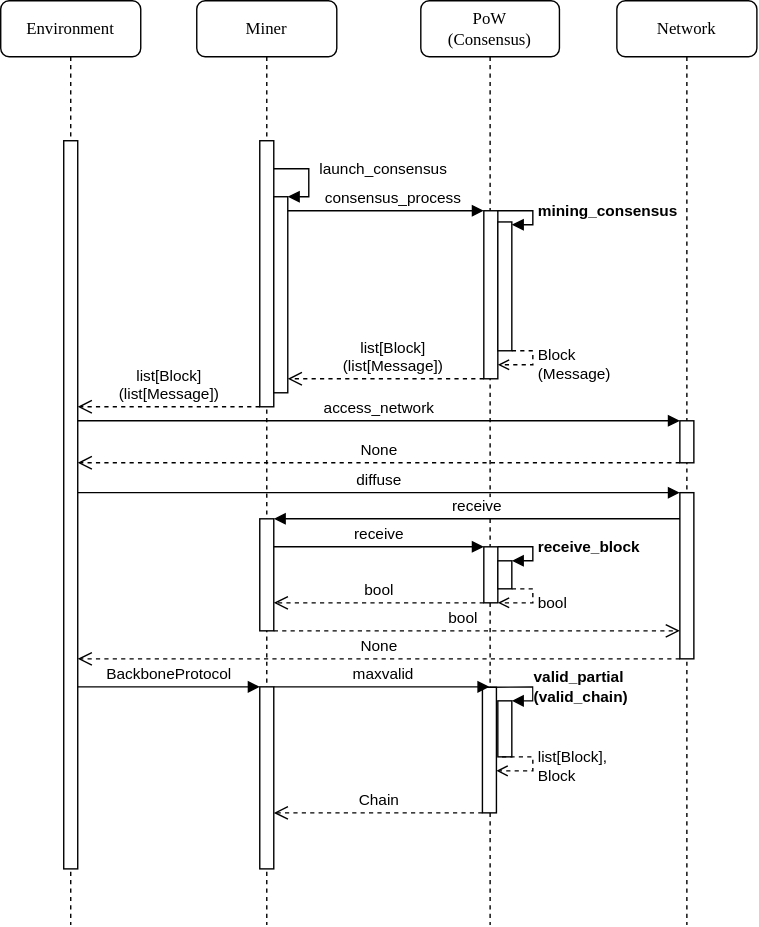
Above: doc/message-lifecycle.svg in ChainXim-Team/ChainXim (draw.io), before the change. Source tidied: cells renumbered, new cells last; positions are measured from the earlier drawing's top-left corner, leaving out a move shared by most shapes.
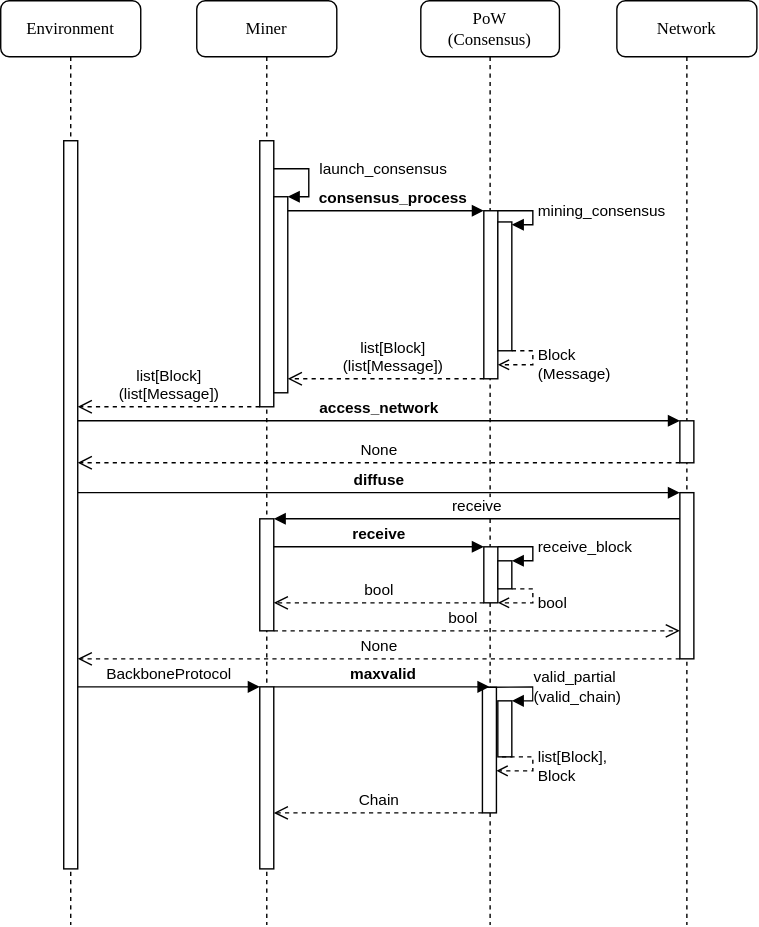
The same file after the commit.

The edit, as a diff of the source:
```diff
@@ -35,7 +35,7 @@
     <mxCell id="10" style="html=1;points=[];perimeter=orthogonalPerimeter;outlineConnect=0;targetShapes=umlLifeline;portConstraint=eastwest;newEdgeStyle={&quot;edgeStyle&quot;:&quot;elbowEdgeStyle&quot;,&quot;elbow&quot;:&quot;vertical&quot;,&quot;curved&quot;:0,&quot;rounded&quot;:0};" parent="8" vertex="1">
       <mxGeometry x="55" y="158" width="10" height="92" as="geometry" />
     </mxCell>
-    <mxCell id="11" value="&lt;b&gt;mining_consensus&lt;/b&gt;" style="html=1;align=left;spacingLeft=2;endArrow=block;rounded=0;edgeStyle=orthogonalEdgeStyle;curved=0;rounded=0;" parent="8" edge="1" source="9" target="10">
+    <mxCell id="11" value="mining_consensus" style="html=1;align=left;spacingLeft=2;endArrow=block;rounded=0;edgeStyle=orthogonalEdgeStyle;curved=0;rounded=0;" parent="8" edge="1" source="9" target="10">
       <mxGeometry relative="1" as="geometry">
         <Array as="points">
           <mxPoint x="80" y="150" />
@@ -58,7 +58,7 @@
     <mxCell id="14" style="html=1;points=[];perimeter=orthogonalPerimeter;outlineConnect=0;targetShapes=umlLifeline;portConstraint=eastwest;newEdgeStyle={&quot;edgeStyle&quot;:&quot;elbowEdgeStyle&quot;,&quot;elbow&quot;:&quot;vertical&quot;,&quot;curved&quot;:0,&quot;rounded&quot;:0};" parent="8" vertex="1">
       <mxGeometry x="55" y="400" width="10" height="20" as="geometry" />
     </mxCell>
-    <mxCell id="15" value="&lt;b&gt;receive_block&lt;/b&gt;" style="html=1;align=left;spacingLeft=2;endArrow=block;rounded=0;edgeStyle=orthogonalEdgeStyle;curved=0;rounded=0;" parent="8" edge="1" source="13" target="14">
+    <mxCell id="15" value="receive_block" style="html=1;align=left;spacingLeft=2;endArrow=block;rounded=0;edgeStyle=orthogonalEdgeStyle;curved=0;rounded=0;" parent="8" edge="1" source="13" target="14">
       <mxGeometry relative="1" as="geometry">
         <Array as="points">
           <mxPoint x="80" y="390" />
@@ -80,7 +80,7 @@
     <mxCell id="18" style="html=1;points=[];perimeter=orthogonalPerimeter;outlineConnect=0;targetShapes=umlLifeline;portConstraint=eastwest;newEdgeStyle={&quot;edgeStyle&quot;:&quot;elbowEdgeStyle&quot;,&quot;elbow&quot;:&quot;vertical&quot;,&quot;curved&quot;:0,&quot;rounded&quot;:0};" parent="8" vertex="1">
       <mxGeometry x="55" y="500" width="10" height="40" as="geometry" />
     </mxCell>
-    <mxCell id="19" value="&lt;b&gt;valid_partial&lt;br&gt;(valid_chain)&lt;/b&gt;" style="html=1;align=left;spacingLeft=2;endArrow=block;rounded=0;edgeStyle=orthogonalEdgeStyle;curved=0;rounded=0;" parent="8" edge="1" source="17" target="18">
+    <mxCell id="19" value="valid_partial&lt;br&gt;(valid_chain)" style="html=1;align=left;spacingLeft=2;endArrow=block;rounded=0;edgeStyle=orthogonalEdgeStyle;curved=0;rounded=0;" parent="8" edge="1" source="17" target="18">
       <mxGeometry relative="1" as="geometry">
         <Array as="points">
           <mxPoint x="80" y="490" />
@@ -106,7 +106,7 @@
     <mxCell id="23" style="html=1;points=[];perimeter=orthogonalPerimeter;outlineConnect=0;targetShapes=umlLifeline;portConstraint=eastwest;newEdgeStyle={&quot;edgeStyle&quot;:&quot;elbowEdgeStyle&quot;,&quot;elbow&quot;:&quot;vertical&quot;,&quot;curved&quot;:0,&quot;rounded&quot;:0};" parent="21" vertex="1">
       <mxGeometry x="45" y="351.3" width="10" height="118.7" as="geometry" />
     </mxCell>
-    <mxCell id="24" value="diffuse" style="html=1;verticalAlign=bottom;endArrow=block;edgeStyle=elbowEdgeStyle;elbow=vertical;curved=0;rounded=0;exitX=0.95;exitY=0.455;exitDx=0;exitDy=0;exitPerimeter=0;" parent="21" edge="1" target="23">
+    <mxCell id="24" value="&lt;b&gt;diffuse&lt;/b&gt;" style="html=1;verticalAlign=bottom;endArrow=block;edgeStyle=elbowEdgeStyle;elbow=vertical;curved=0;rounded=0;exitX=0.95;exitY=0.455;exitDx=0;exitDy=0;exitPerimeter=0;" parent="21" edge="1" target="23">
       <mxGeometry relative="1" as="geometry">
         <mxPoint x="-385" y="351.3" as="sourcePoint" />
       </mxGeometry>
@@ -117,7 +117,7 @@
     <mxCell id="26" style="html=1;points=[];perimeter=orthogonalPerimeter;rounded=0;shadow=0;comic=0;labelBackgroundColor=none;strokeWidth=1;fontFamily=Verdana;fontSize=12;align=center;" parent="25" vertex="1">
       <mxGeometry x="45" y="100" width="10" height="520" as="geometry" />
     </mxCell>
-    <mxCell id="27" value="consensus_process" style="html=1;verticalAlign=bottom;endArrow=block;edgeStyle=elbowEdgeStyle;elbow=vertical;curved=0;rounded=0;" parent="1" edge="1" source="4" target="9">
+    <mxCell id="27" value="&lt;b&gt;consensus_process&lt;/b&gt;" style="html=1;verticalAlign=bottom;endArrow=block;edgeStyle=elbowEdgeStyle;elbow=vertical;curved=0;rounded=0;" parent="1" edge="1" source="4" target="9">
       <mxGeometry x="0.07" relative="1" as="geometry">
         <Array as="points">
           <mxPoint x="260" y="150" />
@@ -138,7 +138,7 @@
         </Array>
       </mxGeometry>
     </mxCell>
-    <mxCell id="30" value="access_network" style="html=1;verticalAlign=bottom;endArrow=block;edgeStyle=elbowEdgeStyle;elbow=vertical;curved=0;rounded=0;" parent="1" edge="1" source="26" target="22">
+    <mxCell id="30" value="&lt;b&gt;access_network&lt;/b&gt;" style="html=1;verticalAlign=bottom;endArrow=block;edgeStyle=elbowEdgeStyle;elbow=vertical;curved=0;rounded=0;" parent="1" edge="1" source="26" target="22">
       <mxGeometry relative="1" as="geometry">
         <Array as="points">
           <mxPoint x="340" y="300" />
@@ -159,7 +159,7 @@
         </Array>
       </mxGeometry>
     </mxCell>
-    <mxCell id="33" value="receive" style="html=1;verticalAlign=bottom;endArrow=block;edgeStyle=elbowEdgeStyle;elbow=vertical;curved=0;rounded=0;" parent="1" edge="1" source="6" target="13">
+    <mxCell id="33" value="&lt;b&gt;receive&lt;/b&gt;" style="html=1;verticalAlign=bottom;endArrow=block;edgeStyle=elbowEdgeStyle;elbow=vertical;curved=0;rounded=0;" parent="1" edge="1" source="6" target="13">
       <mxGeometry relative="1" as="geometry">
         <Array as="points">
           <mxPoint x="280" y="390" />
@@ -195,7 +195,7 @@
         </Array>
       </mxGeometry>
     </mxCell>
-    <mxCell id="38" value="maxvalid" style="html=1;verticalAlign=bottom;endArrow=block;edgeStyle=elbowEdgeStyle;elbow=vertical;curved=0;rounded=0;" parent="1" edge="1" source="7" target="17">
+    <mxCell id="38" value="&lt;b&gt;maxvalid&lt;/b&gt;" style="html=1;verticalAlign=bottom;endArrow=block;edgeStyle=elbowEdgeStyle;elbow=vertical;curved=0;rounded=0;" parent="1" edge="1" source="7" target="17">
       <mxGeometry relative="1" as="geometry">
         <Array as="points">
           <mxPoint x="290" y="490" />
```
